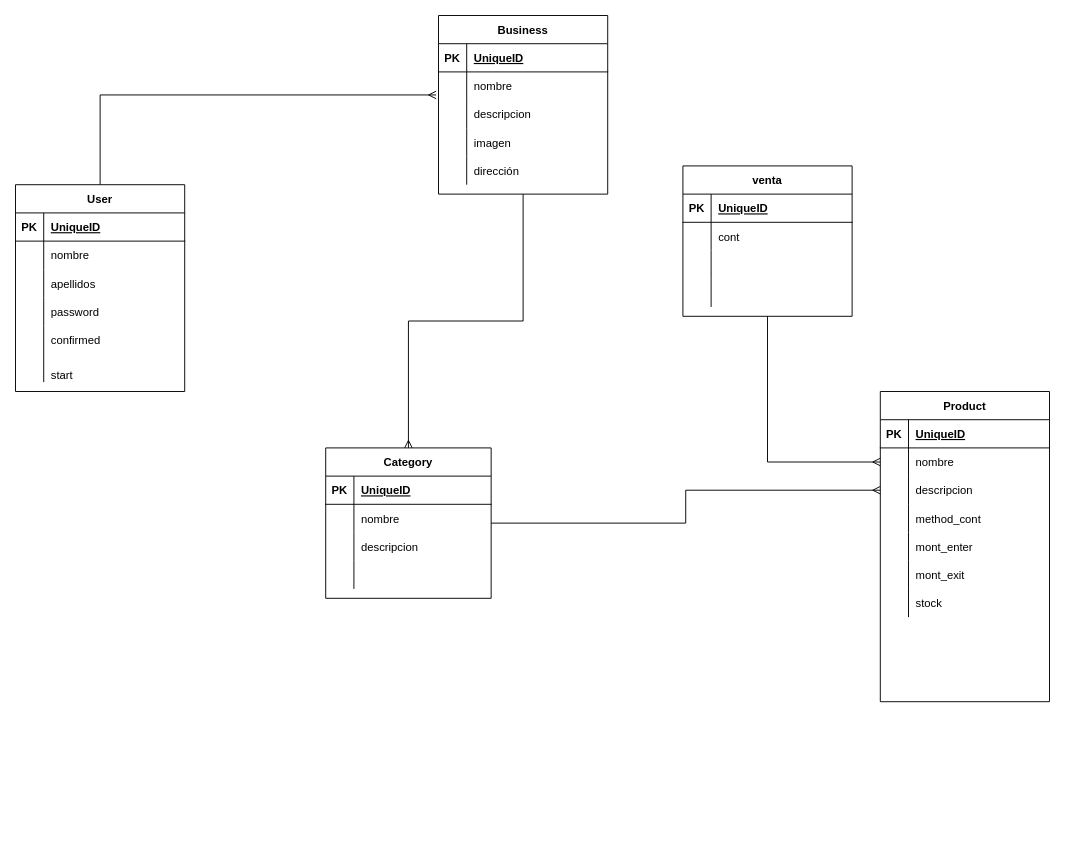
The draw.io diagram resources/bd.drawio in chickenLeobar/storeapp, before the edit. Source tidied: cells renumbered, new cells numbered last; positions are measured from the earlier drawing's top-left corner, leaving out a move shared by most shapes. Both pictures are drawn from the tidied source at 94%, with x=0, y=0 at pixel (15, 15).
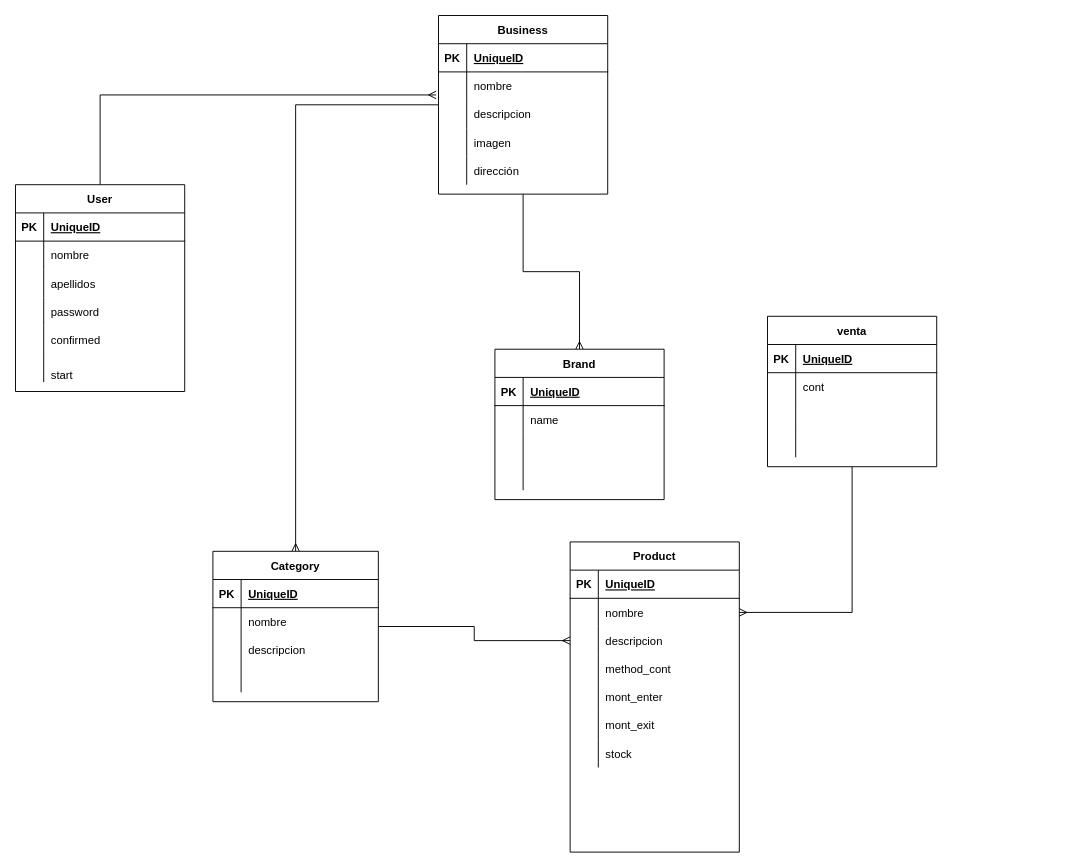
The same page after the edit.

The change refers to these unchanged cells:
```xml
<mxCell id="23" value="Business" style="shape=table;startSize=30;childLayout=tableLayout;rowLines=0;fontStyle=1;align=center;" parent="1" vertex="1">
  <mxGeometry x="450" width="180" height="190" as="geometry" />
</mxCell>
```

The edit, as a diff of the source:
```diff
@@
+    <mxCell id="89" style="edgeStyle=orthogonalEdgeStyle;rounded=0;jettySize=auto;html=1;endArrow=ERmany;endFill=0;" parent="1" edge="1" source="23" target="90">
+      <mxGeometry relative="1" as="geometry" />
+    </mxCell>
@@
     <mxCell id="39" value="Product" style="shape=table;startSize=30;childLayout=tableLayout;rowLines=0;fontStyle=1;align=center;" parent="1" vertex="1">
-      <mxGeometry x="920" y="400" width="180" height="330" as="geometry" />
+      <mxGeometry x="590" y="560" width="180" height="330" as="geometry" />
     </mxCell>
@@
     <mxCell id="62" value="Category" style="shape=table;startSize=30;childLayout=tableLayout;rowLines=0;fontStyle=1;align=center;" parent="1" vertex="1">
-      <mxGeometry x="330" y="460" width="176" height="160" as="geometry" />
+      <mxGeometry x="210" y="570" width="176" height="160" as="geometry" />
     </mxCell>
@@
     <mxCell id="76" value="venta" style="shape=table;startSize=30;childLayout=tableLayout;rowLines=0;fontStyle=1;align=center;" parent="1" vertex="1">
-      <mxGeometry x="710" y="160" width="180" height="160" as="geometry" />
+      <mxGeometry x="800" y="320" width="180" height="160" as="geometry" />
     </mxCell>
@@
+    <mxCell id="90" value="Brand" style="shape=table;startSize=30;childLayout=tableLayout;rowLines=0;fontStyle=1;align=center;" parent="1" vertex="1">
+      <mxGeometry x="510" y="355" width="180" height="160" as="geometry" />
+    </mxCell>
+    <mxCell id="91" style="shape=partialRectangle;fillColor=none;top=0;left=0;bottom=1;right=0;" parent="90" vertex="1">
+      <mxGeometry y="30" width="180" height="30" as="geometry" />
+    </mxCell>
+    <mxCell id="92" value="PK" style="shape=partialRectangle;fillColor=none;top=0;left=0;bottom=0;right=0;fontStyle=1;overflow=hidden;" parent="91" vertex="1">
+      <mxGeometry width="30" height="30" as="geometry" />
+    </mxCell>
+    <mxCell id="93" value="UniqueID" style="shape=partialRectangle;fillColor=none;top=0;left=0;bottom=0;right=0;align=left;spacingLeft=6;fontStyle=5;overflow=hidden;" parent="91" vertex="1">
+      <mxGeometry x="30" width="150" height="30" as="geometry" />
+    </mxCell>
+    <mxCell id="94" style="shape=partialRectangle;fillColor=none;top=0;left=0;bottom=0;right=0;" parent="90" vertex="1">
+      <mxGeometry y="60" width="180" height="30" as="geometry" />
+    </mxCell>
+    <mxCell id="95" style="shape=partialRectangle;fillColor=none;top=0;left=0;bottom=0;right=0;overflow=hidden;" parent="94" vertex="1">
+      <mxGeometry width="30" height="30" as="geometry" />
+    </mxCell>
+    <mxCell id="96" value="name" style="shape=partialRectangle;fillColor=none;top=0;left=0;bottom=0;right=0;align=left;spacingLeft=6;overflow=hidden;" parent="94" vertex="1">
+      <mxGeometry x="30" width="150" height="30" as="geometry" />
+    </mxCell>
+    <mxCell id="97" style="shape=partialRectangle;fillColor=none;top=0;left=0;bottom=0;right=0;" parent="90" vertex="1">
+      <mxGeometry y="90" width="180" height="30" as="geometry" />
+    </mxCell>
+    <mxCell id="98" style="shape=partialRectangle;fillColor=none;top=0;left=0;bottom=0;right=0;overflow=hidden;" parent="97" vertex="1">
+      <mxGeometry width="30" height="30" as="geometry" />
+    </mxCell>
+    <mxCell id="99" style="shape=partialRectangle;fillColor=none;top=0;left=0;bottom=0;right=0;align=left;spacingLeft=6;overflow=hidden;" parent="97" vertex="1">
+      <mxGeometry x="30" width="150" height="30" as="geometry" />
+    </mxCell>
+    <mxCell id="100" style="shape=partialRectangle;fillColor=none;top=0;left=0;bottom=0;right=0;" parent="90" vertex="1">
+      <mxGeometry y="120" width="180" height="30" as="geometry" />
+    </mxCell>
+    <mxCell id="101" style="shape=partialRectangle;fillColor=none;top=0;left=0;bottom=0;right=0;overflow=hidden;" parent="100" vertex="1">
+      <mxGeometry width="30" height="30" as="geometry" />
+    </mxCell>
+    <mxCell id="102" style="shape=partialRectangle;fillColor=none;top=0;left=0;bottom=0;right=0;align=left;spacingLeft=6;overflow=hidden;" parent="100" vertex="1">
+      <mxGeometry x="30" width="150" height="30" as="geometry" />
+    </mxCell>
```
